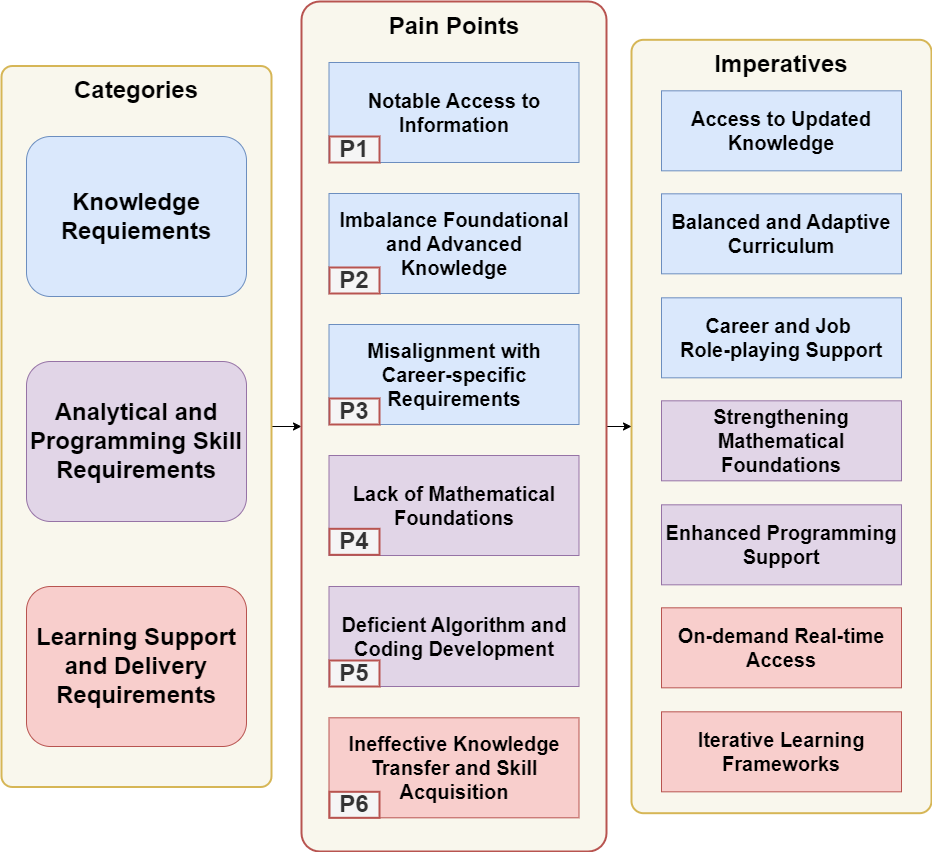
Above: pic/PainPoint.png in tisage/CyberMentor (draw.io), before the change. Source tidied: cells renumbered, new cells last; positions are measured from the earlier drawing's top-left corner, leaving out a move shared by most shapes.
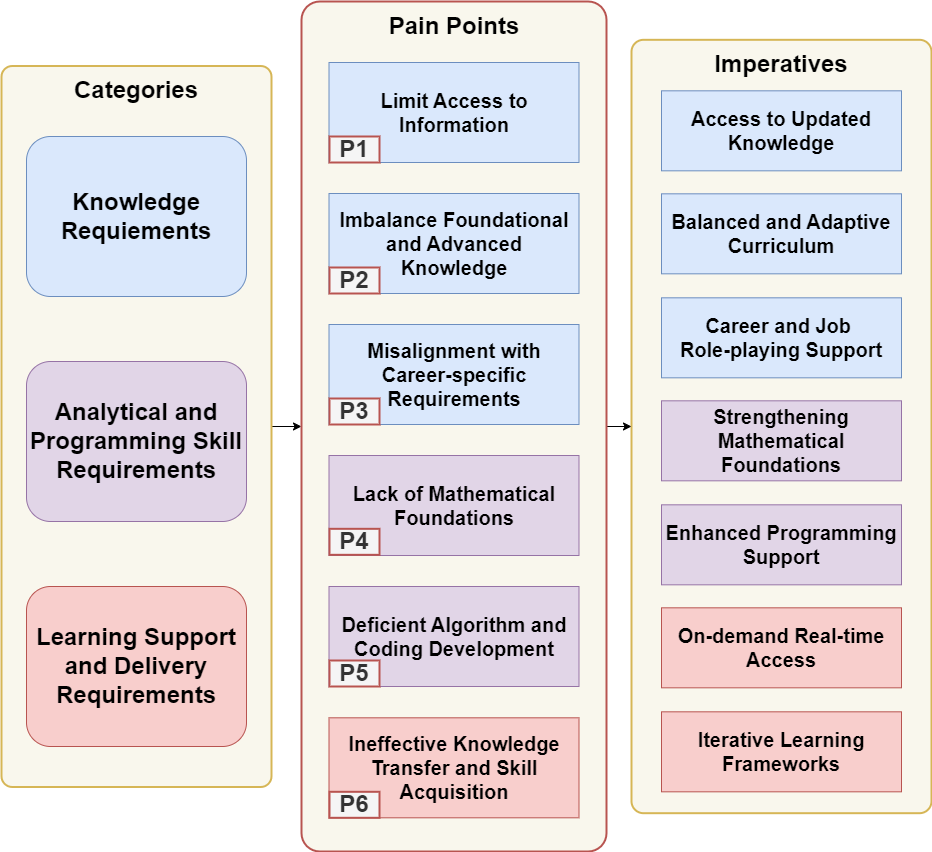
After the change.

What changed in the source:
```diff
@@ -32,7 +32,7 @@
     <mxCell id="11" value="&lt;font style=&quot;font-size: 24px;&quot;&gt;Analytical and Programming Skill Requirements&lt;/font&gt;" style="rounded=1;whiteSpace=wrap;html=1;textShadow=0;shadow=0;fontStyle=1;fontSize=24;strokeWidth=1;fillColor=#e1d5e7;strokeColor=#9673a6;" parent="1" vertex="1">
       <mxGeometry x="25" y="360" width="220" height="160" as="geometry" />
     </mxCell>
-    <mxCell id="12" value="Notable Access to Information" style="rounded=0;whiteSpace=wrap;html=1;textShadow=0;shadow=0;fontSize=20;fontStyle=1;strokeWidth=1;fillColor=#dae8fc;strokeColor=#6c8ebf;align=center;" parent="1" vertex="1">
+    <mxCell id="12" value="Limit Access to Information" style="rounded=0;whiteSpace=wrap;html=1;textShadow=0;shadow=0;fontSize=20;fontStyle=1;strokeWidth=1;fillColor=#dae8fc;strokeColor=#6c8ebf;align=center;" parent="1" vertex="1">
       <mxGeometry x="327.5" y="61" width="250" height="100" as="geometry" />
     </mxCell>
     <mxCell id="13" value="Imbalance Foundational and Advanced Knowledge&lt;div style=&quot;font-size: 20px;&quot;&gt;&lt;/div&gt;" style="rounded=0;whiteSpace=wrap;html=1;textShadow=0;shadow=0;fontSize=20;fontStyle=1;strokeWidth=1;fillColor=#dae8fc;strokeColor=#6c8ebf;align=center;" parent="1" vertex="1">
```
